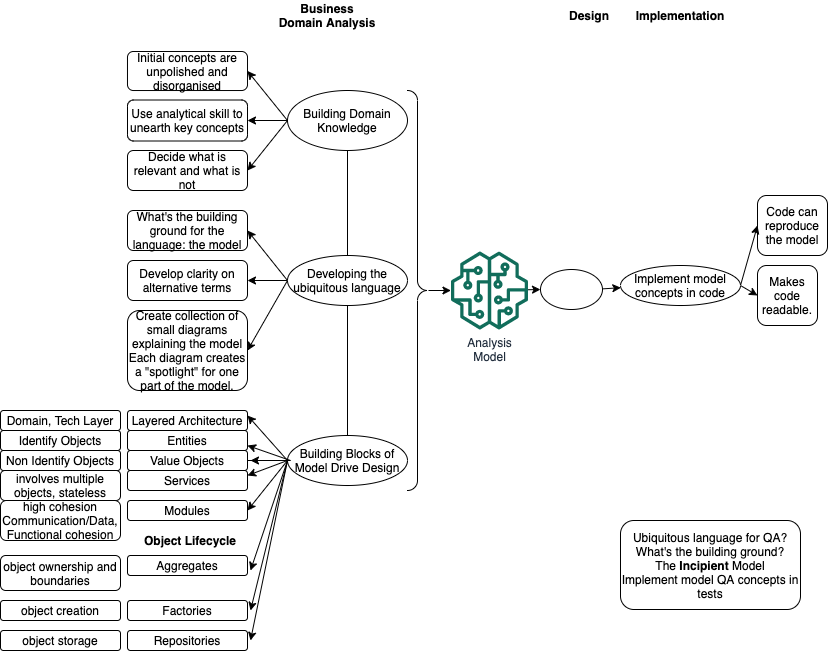
The draw.io diagram domain-driven-design.png in s-gurjit/diagrams, before a commit. Source tidied: cells renumbered, new cells last; positions are measured from the earlier drawing's top-left corner, leaving out a move shared by most shapes.
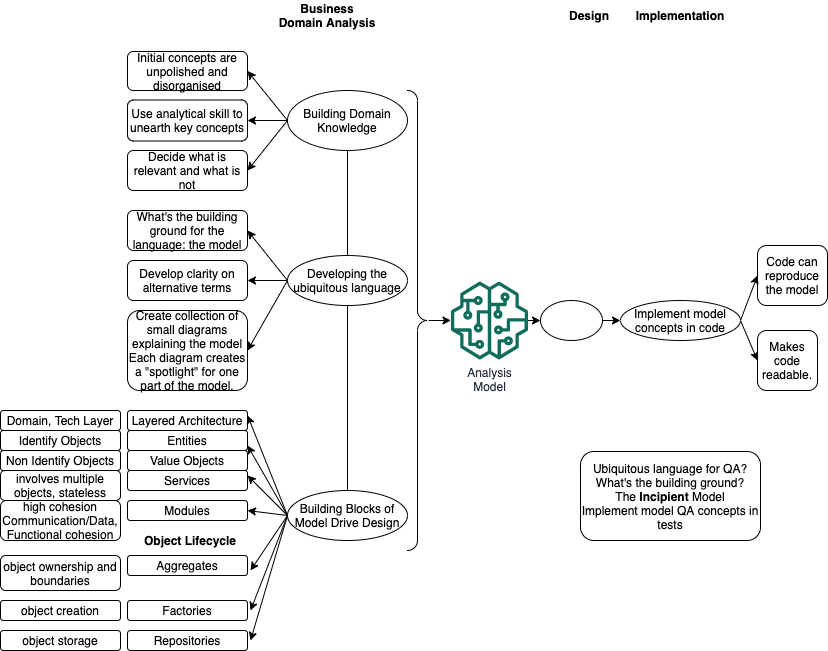
The same file after the commit.

Change to the diagram source:
```diff
@@ -18,7 +18,7 @@
       <mxGeometry x="127" y="150" width="120" height="40" as="geometry" />
     </mxCell>
     <mxCell id="7" value="Ubiquitous language for QA?&lt;br&gt;What's the building ground?&lt;br&gt;The &lt;b&gt;Incipient&lt;/b&gt;&amp;nbsp;Model&lt;br&gt;Implement model QA concepts in tests" style="rounded=1;whiteSpace=wrap;html=1;" parent="1" vertex="1">
-      <mxGeometry x="620" y="520" width="180" height="89" as="geometry" />
+      <mxGeometry x="580" y="451" width="180" height="89" as="geometry" />
     </mxCell>
     <mxCell id="8" value="What's the building ground for the language: the model" style="rounded=1;whiteSpace=wrap;html=1;" parent="1" vertex="1">
       <mxGeometry x="127" y="210" width="120" height="40" as="geometry" />
@@ -39,13 +39,13 @@
       <mxGeometry relative="1" as="geometry" />
     </mxCell>
     <mxCell id="14" value="Makes code readable." style="rounded=1;whiteSpace=wrap;html=1;" parent="1" vertex="1">
-      <mxGeometry x="757" y="265" width="60" height="60" as="geometry" />
+      <mxGeometry x="757" y="330" width="60" height="60" as="geometry" />
     </mxCell>
     <mxCell id="15" style="endArrow=classic;html=1;exitX=1;exitY=0.5;exitDx=0;exitDy=0;entryX=0;entryY=0.5;entryDx=0;entryDy=0;" parent="1" edge="1" source="23" target="14">
       <mxGeometry relative="1" as="geometry" />
     </mxCell>
     <mxCell id="16" value="Code can reproduce the model" style="rounded=1;whiteSpace=wrap;html=1;" parent="1" vertex="1">
-      <mxGeometry x="757" y="195" width="70" height="60" as="geometry" />
+      <mxGeometry x="757" y="245" width="70" height="60" as="geometry" />
     </mxCell>
     <mxCell id="17" style="endArrow=classic;html=1;exitX=1;exitY=0.5;exitDx=0;exitDy=0;entryX=0;entryY=0.5;entryDx=0;entryDy=0;" parent="1" edge="1" source="23" target="16">
       <mxGeometry relative="1" as="geometry" />
@@ -66,7 +66,7 @@
       <mxGeometry x="277" width="100" height="30" as="geometry" />
     </mxCell>
     <mxCell id="23" value="Implement model concepts in code" style="ellipse;whiteSpace=wrap;html=1;" parent="1" vertex="1">
-      <mxGeometry x="620" y="265" width="120" height="40" as="geometry" />
+      <mxGeometry x="620" y="300" width="120" height="40" as="geometry" />
     </mxCell>
     <mxCell id="24" value="Design" style="text;html=1;strokeColor=none;fillColor=none;align=center;verticalAlign=middle;whiteSpace=wrap;rounded=0;fontStyle=1;" parent="1" vertex="1">
       <mxGeometry x="564" width="50" height="30" as="geometry" />
@@ -78,19 +78,16 @@
       <mxGeometry relative="1" as="geometry" />
     </mxCell>
     <mxCell id="27" value="Analysis&lt;br&gt;Model" style="outlineConnect=0;fontColor=#232F3E;gradientColor=none;fillColor=#116D5B;strokeColor=none;dashed=0;verticalLabelPosition=bottom;verticalAlign=top;align=center;html=1;fontSize=12;fontStyle=0;shape=mxgraph.aws4.sagemaker_model;" parent="1" vertex="1">
-      <mxGeometry x="450" y="251" width="78" height="78" as="geometry" />
+      <mxGeometry x="450" y="281" width="78" height="78" as="geometry" />
     </mxCell>
     <mxCell id="28" style="edgeStyle=none;rounded=0;jettySize=auto;html=1;" parent="1" edge="1" source="29" target="23">
       <mxGeometry relative="1" as="geometry" />
     </mxCell>
     <mxCell id="29" style="ellipse;whiteSpace=wrap;html=1;" parent="1" vertex="1">
-      <mxGeometry x="540" y="269" width="62" height="40" as="geometry" />
+      <mxGeometry x="540" y="300" width="62" height="40" as="geometry" />
     </mxCell>
-    <mxCell id="30" style="edgeStyle=orthogonalEdgeStyle;rounded=0;jettySize=auto;html=1;" parent="1" edge="1" source="31" target="35">
-      <mxGeometry relative="1" as="geometry" />
-    </mxCell>
     <mxCell id="31" value="&lt;span&gt;Building Blocks of Model Drive Design&lt;/span&gt;" style="ellipse;whiteSpace=wrap;html=1;" parent="1" vertex="1">
-      <mxGeometry x="287" y="435" width="120" height="50" as="geometry" />
+      <mxGeometry x="287" y="490" width="120" height="50" as="geometry" />
     </mxCell>
     <mxCell id="32" value="Entities" style="rounded=1;whiteSpace=wrap;html=1;" parent="1" vertex="1">
       <mxGeometry x="127" y="430" width="120" height="20" as="geometry" />
@@ -117,7 +114,7 @@
       <mxGeometry relative="1" as="geometry" />
     </mxCell>
     <mxCell id="40" style="labelPosition=right;align=left;strokeWidth=1;shape=mxgraph.mockup.markup.curlyBrace;html=1;shadow=0;dashed=0;direction=north;rotation=-180;" parent="1" vertex="1">
-      <mxGeometry x="407" y="90" width="20" height="400" as="geometry" />
+      <mxGeometry x="407" y="90" width="20" height="460" as="geometry" />
     </mxCell>
     <mxCell id="41" value="Identify Objects" style="rounded=1;whiteSpace=wrap;html=1;" parent="1" vertex="1">
       <mxGeometry y="430" width="120" height="20" as="geometry" />
@@ -155,17 +152,9 @@
     <mxCell id="52" style="endArrow=classic;html=1;entryX=1;entryY=0.25;entryDx=0;entryDy=0;exitX=0;exitY=0.5;exitDx=0;exitDy=0;" parent="1" edge="1" source="31" target="35">
       <mxGeometry relative="1" as="geometry" />
     </mxCell>
-    <mxCell id="53" style="endArrow=classic;html=1;entryX=1;entryY=0.75;entryDx=0;entryDy=0;" parent="1" edge="1" target="32">
-      <mxGeometry relative="1" as="geometry">
-        <mxPoint x="290" y="460" as="sourcePoint" />
-      </mxGeometry>
+    <mxCell id="53" style="endArrow=classic;html=1;entryX=1;entryY=0.75;entryDx=0;entryDy=0;exitX=0;exitY=0.5;exitDx=0;exitDy=0;" parent="1" edge="1" source="31" target="32">
+      <mxGeometry relative="1" as="geometry" />
     </mxCell>
-    <mxCell id="54" style="endArrow=classic;html=1;" parent="1" edge="1">
-      <mxGeometry relative="1" as="geometry">
-        <mxPoint x="290" y="460" as="sourcePoint" />
-        <mxPoint x="250" y="460" as="targetPoint" />
-      </mxGeometry>
-    </mxCell>
     <mxCell id="55" style="endArrow=classic;html=1;entryX=1;entryY=0.25;entryDx=0;entryDy=0;exitX=0;exitY=0.5;exitDx=0;exitDy=0;" parent="1" edge="1" source="31" target="34">
       <mxGeometry relative="1" as="geometry" />
     </mxCell>
```
